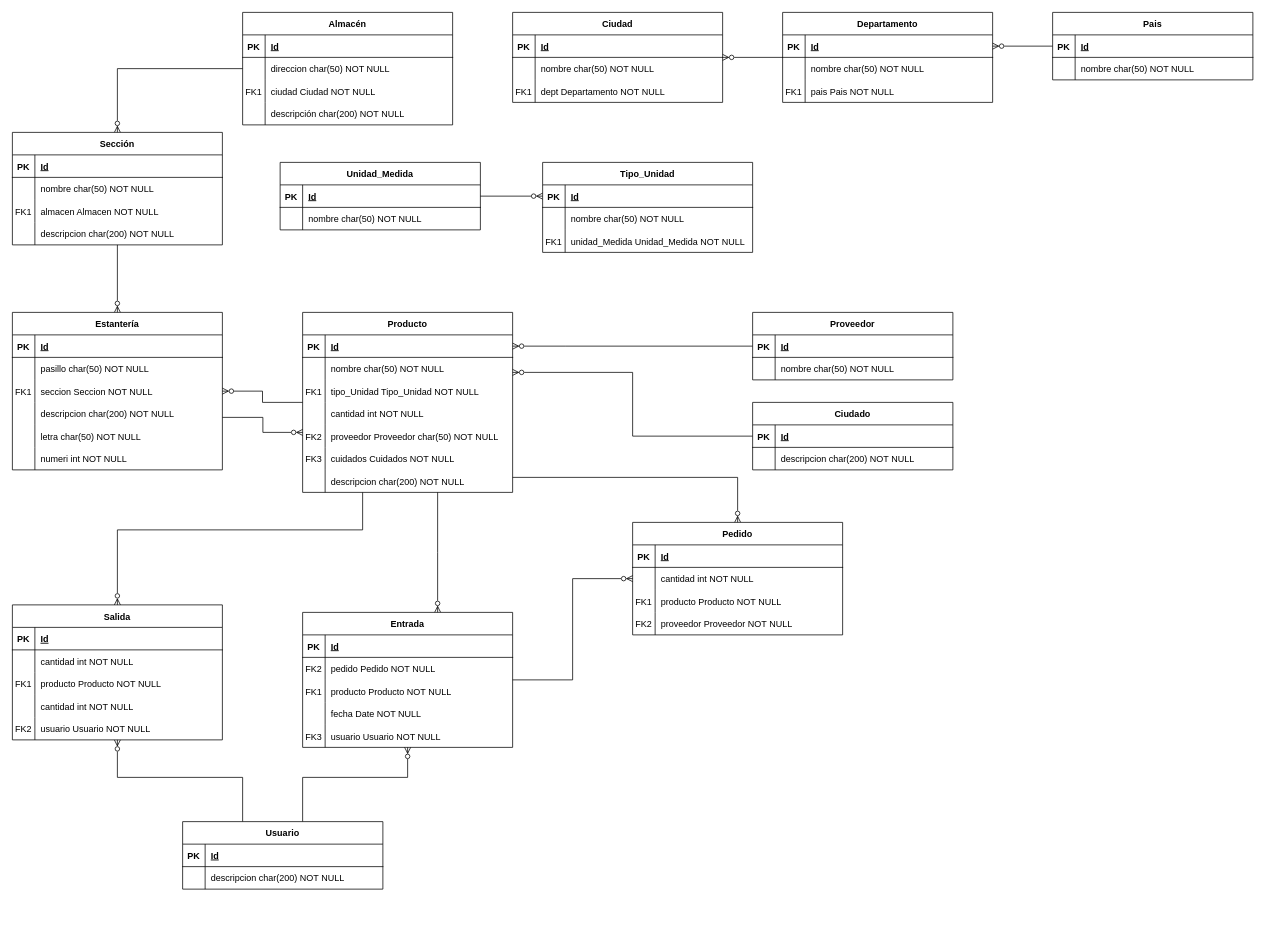
The draw.io diagram page "MER" (2 of 2) of Extraclase/Modelo de dominio/Tarjetas CRC.drawio in DOOPan2022/Presupuesto, before the edit. Source tidied: cells renumbered, new cells numbered last; positions are measured from the earlier drawing's top-left corner, leaving out a move shared by most shapes. Both pictures are drawn from the tidied source at 75%, with x=0, y=0 at pixel (12, 12).
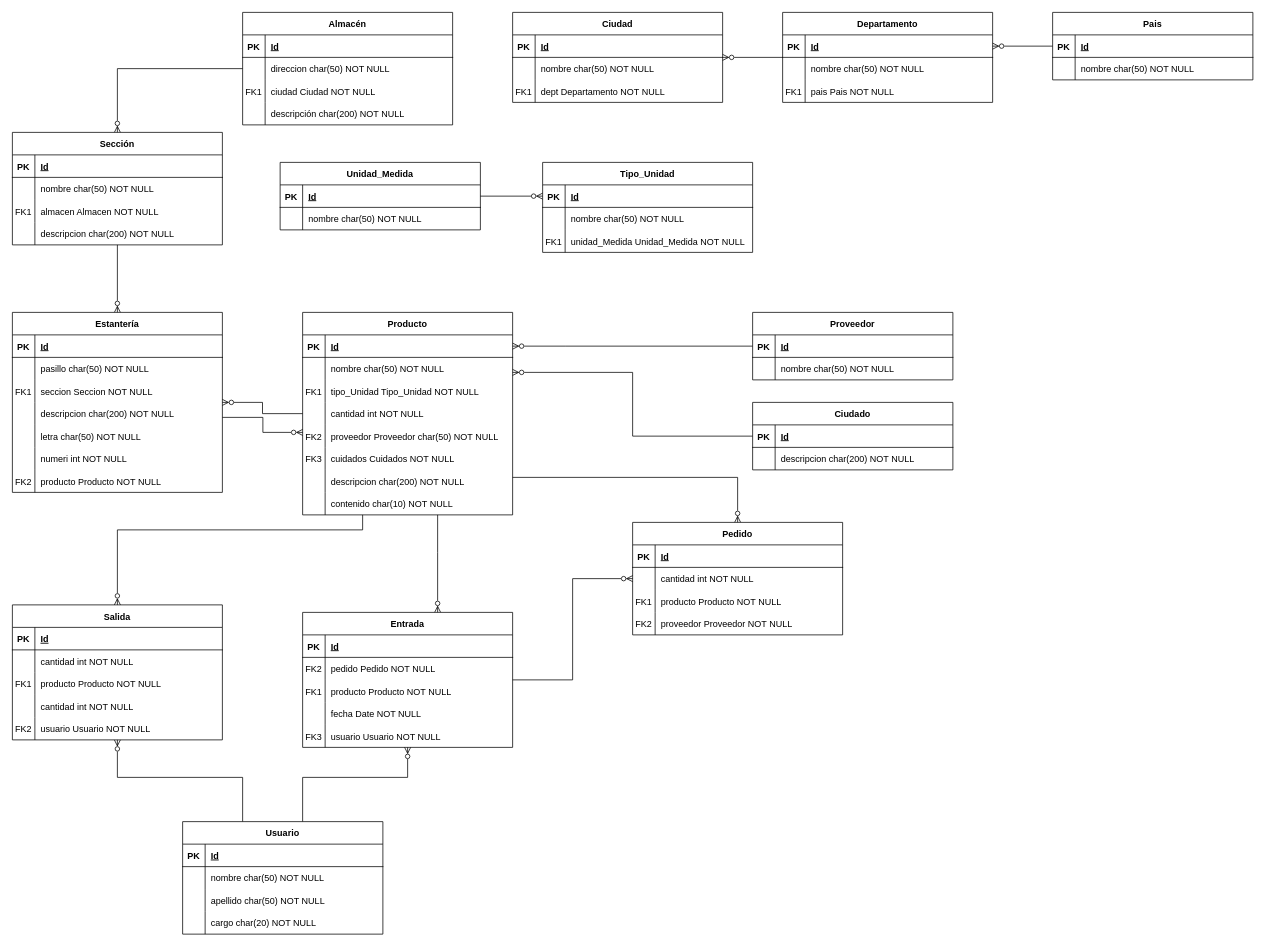
The same page after the edit.

The change refers to these unchanged cells:
```xml
<mxCell id="191" style="shape=partialRectangle;fillColor=none;top=0;left=0;right=0;bottom=0;" parent="187" vertex="1">
  <mxGeometry y="60" width="267" height="30" as="geometry" />
</mxCell>
```

What changed in the source:
```diff
@@
     <mxCell id="60" value="Estantería" style="shape=table;startSize=30;childLayout=tableLayout;rowLines=0;fontStyle=1;align=center;" parent="1" vertex="1">
-      <mxGeometry y="400" width="280" height="210" as="geometry" />
+      <mxGeometry y="400" width="280" height="240" as="geometry" />
     </mxCell>
@@
+    <mxCell id="194" style="shape=partialRectangle;fillColor=none;top=0;left=0;right=0;bottom=0;" parent="60" vertex="1">
+      <mxGeometry y="210" width="280" height="30" as="geometry" />
+    </mxCell>
+    <mxCell id="195" value="FK2" style="shape=partialRectangle;overflow=hidden;fillColor=none;top=0;left=0;bottom=0;right=0;" parent="194" vertex="1">
+      <mxGeometry width="30" height="30" as="geometry" />
+    </mxCell>
+    <mxCell id="196" value="producto Producto NOT NULL" style="shape=partialRectangle;overflow=hidden;fillColor=none;top=0;left=0;bottom=0;right=0;align=left;spacingLeft=6;" parent="194" vertex="1">
+      <mxGeometry x="30" width="250" height="30" as="geometry" />
+    </mxCell>
@@
     <mxCell id="101" value="Producto" style="shape=table;startSize=30;childLayout=tableLayout;rowLines=0;fontStyle=1;align=center;" parent="1" vertex="1">
-      <mxGeometry x="387" y="400" width="280" height="240" as="geometry" />
+      <mxGeometry x="387" y="400" width="280" height="270" as="geometry" />
     </mxCell>
@@
+    <mxCell id="197" style="shape=partialRectangle;fillColor=none;top=0;left=0;right=0;bottom=0;" parent="101" vertex="1">
+      <mxGeometry y="240" width="280" height="30" as="geometry" />
+    </mxCell>
+    <mxCell id="198" style="shape=partialRectangle;overflow=hidden;fillColor=none;top=0;left=0;bottom=0;right=0;" parent="197" vertex="1">
+      <mxGeometry width="30" height="30" as="geometry" />
+    </mxCell>
+    <mxCell id="199" value="contenido char(10) NOT NULL" style="shape=partialRectangle;overflow=hidden;fillColor=none;top=0;left=0;bottom=0;right=0;align=left;spacingLeft=6;" parent="197" vertex="1">
+      <mxGeometry x="30" width="250" height="30" as="geometry" />
+    </mxCell>
@@
     <mxCell id="187" value="Usuario" style="shape=table;startSize=30;childLayout=tableLayout;rowLines=0;fontStyle=1;align=center;" parent="1" vertex="1">
-      <mxGeometry x="227" y="1079" width="267" height="90" as="geometry" />
+      <mxGeometry x="227" y="1079" width="267" height="150" as="geometry" />
     </mxCell>
@@
-    <mxCell id="193" value="descripcion char(200) NOT NULL" style="shape=partialRectangle;overflow=hidden;fillColor=none;top=0;left=0;bottom=0;right=0;align=left;spacingLeft=6;" parent="191" vertex="1">
+    <mxCell id="193" value="nombre char(50) NOT NULL" style="shape=partialRectangle;overflow=hidden;fillColor=none;top=0;left=0;bottom=0;right=0;align=left;spacingLeft=6;" parent="191" vertex="1">
       <mxGeometry x="30" width="237" height="30" as="geometry" />
     </mxCell>
+    <mxCell id="200" style="shape=partialRectangle;fillColor=none;top=0;left=0;right=0;bottom=0;" parent="187" vertex="1">
+      <mxGeometry y="90" width="267" height="30" as="geometry" />
+    </mxCell>
+    <mxCell id="201" style="shape=partialRectangle;overflow=hidden;fillColor=none;top=0;left=0;bottom=0;right=0;" parent="200" vertex="1">
+      <mxGeometry width="30" height="30" as="geometry" />
+    </mxCell>
+    <mxCell id="202" value="apellido char(50) NOT NULL" style="shape=partialRectangle;overflow=hidden;fillColor=none;top=0;left=0;bottom=0;right=0;align=left;spacingLeft=6;" parent="200" vertex="1">
+      <mxGeometry x="30" width="237" height="30" as="geometry" />
+    </mxCell>
+    <mxCell id="203" style="shape=partialRectangle;fillColor=none;top=0;left=0;right=0;bottom=0;" parent="187" vertex="1">
+      <mxGeometry y="120" width="267" height="30" as="geometry" />
+    </mxCell>
+    <mxCell id="204" style="shape=partialRectangle;overflow=hidden;fillColor=none;top=0;left=0;bottom=0;right=0;" parent="203" vertex="1">
+      <mxGeometry width="30" height="30" as="geometry" />
+    </mxCell>
+    <mxCell id="205" value="cargo char(20) NOT NULL" style="shape=partialRectangle;overflow=hidden;fillColor=none;top=0;left=0;bottom=0;right=0;align=left;spacingLeft=6;" parent="203" vertex="1">
+      <mxGeometry x="30" width="237" height="30" as="geometry" />
+    </mxCell>
```
